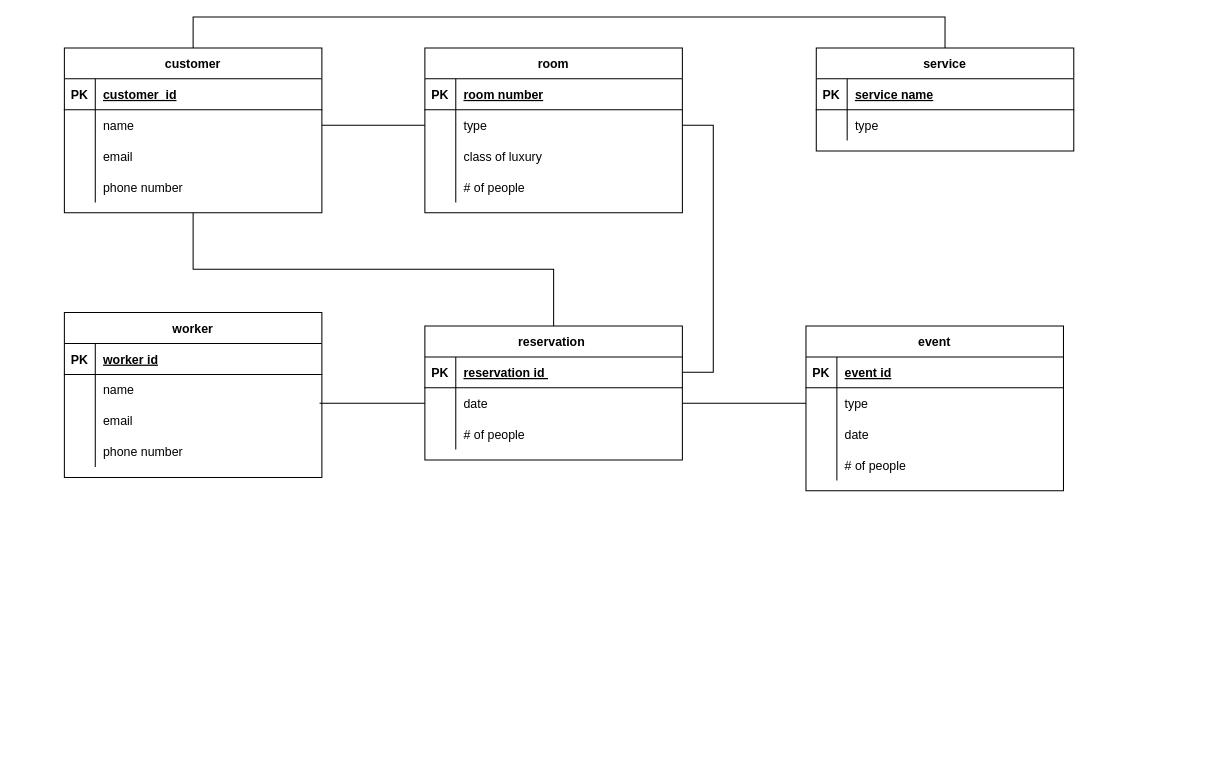
Earlier version of the draw.io diagram ids_er.drawio (pomjak/ids). Source tidied: cells renumbered, new cells numbered last; positions are measured from the earlier drawing's top-left corner, leaving out a move shared by most shapes. Both pictures are drawn from the tidied source at 103%, with x=0, y=0 at pixel (64, 16).
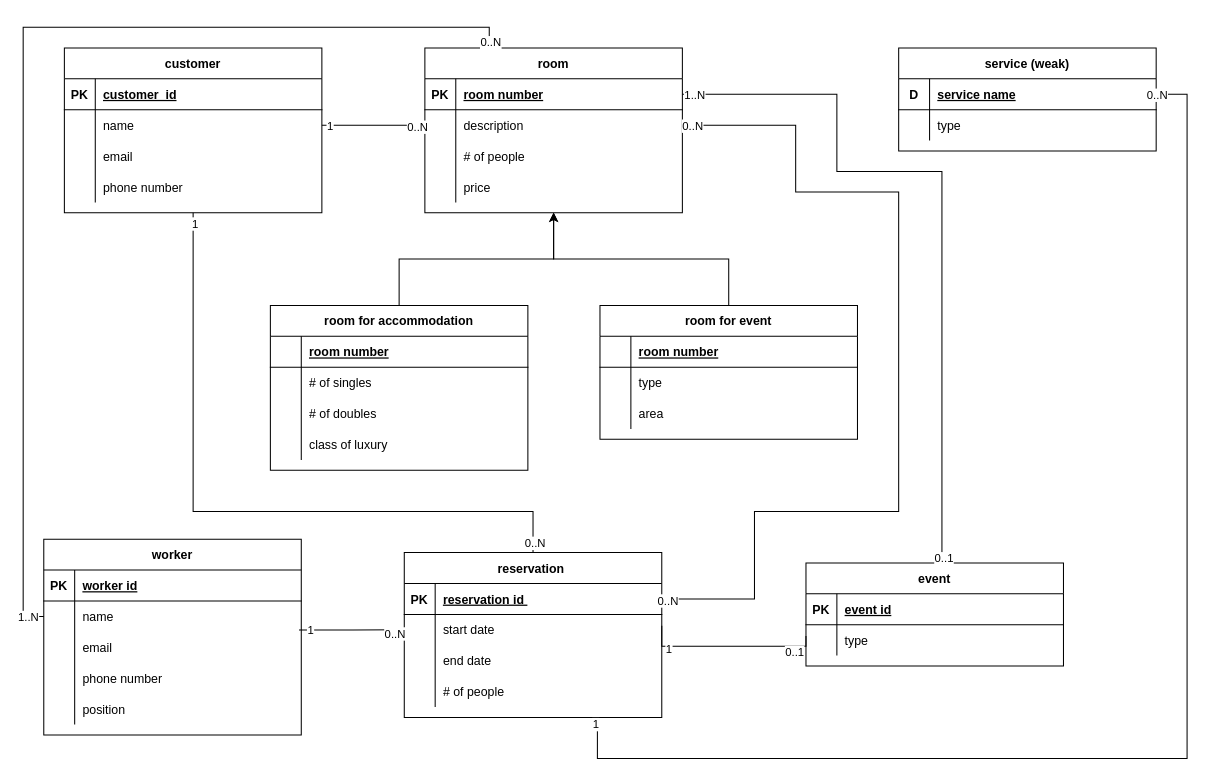
The same diagram, later.

The change refers to these unchanged cells:
```xml
<mxCell id="4" style="shape=partialRectangle;fillColor=none;points=[[0,0.5],[1,0.5]];portConstraint=eastwest;top=0;left=0;right=0;bottom=1;" parent="3" vertex="1">
  <mxGeometry y="30" width="250" height="30" as="geometry" />
</mxCell>
<mxCell id="7" style="shape=partialRectangle;fillColor=none;points=[[0,0.5],[1,0.5]];portConstraint=eastwest;top=0;left=0;right=0;bottom=0;" parent="3" vertex="1">
  <mxGeometry y="60" width="250" height="30" as="geometry" />
</mxCell>
<mxCell id="10" style="shape=partialRectangle;fillColor=none;top=0;left=0;right=0;bottom=0;" parent="3" vertex="1">
  <mxGeometry y="90" width="250" height="30" as="geometry" />
</mxCell>
<mxCell id="13" value="room" style="shape=table;startSize=30;childLayout=tableLayout;rowLines=0;fontStyle=1;align=center;" parent="1" vertex="1">
  <mxGeometry x="350" y="30" width="250" height="160" as="geometry" />
</mxCell>
<mxCell id="14" style="shape=partialRectangle;fillColor=none;points=[[0,0.5],[1,0.5]];portConstraint=eastwest;top=0;left=0;right=0;bottom=1;" parent="13" vertex="1">
  <mxGeometry y="30" width="250" height="30" as="geometry" />
</mxCell>
<mxCell id="28" value="customer" style="shape=table;startSize=30;childLayout=tableLayout;rowLines=0;fontStyle=1;align=center;" parent="1" vertex="1">
  <mxGeometry y="30" width="250" height="160" as="geometry" />
</mxCell>
<mxCell id="32" style="shape=partialRectangle;fillColor=none;points=[[0,0.5],[1,0.5]];portConstraint=eastwest;top=0;left=0;right=0;bottom=0;" parent="28" vertex="1">
  <mxGeometry y="60" width="250" height="30" as="geometry" />
</mxCell>
<mxCell id="45" style="shape=partialRectangle;fillColor=none;points=[[0,0.5],[1,0.5]];portConstraint=eastwest;top=0;left=0;right=0;bottom=0;" parent="41" vertex="1">
  <mxGeometry y="60" width="250" height="30" as="geometry" />
</mxCell>
<mxCell id="58" style="shape=partialRectangle;fillColor=none;points=[[0,0.5],[1,0.5]];portConstraint=eastwest;top=0;left=0;right=0;bottom=0;" parent="54" vertex="1">
  <mxGeometry y="60" width="250" height="30" as="geometry" />
</mxCell>
<mxCell id="68" style="edgeStyle=orthogonalEdgeStyle;rounded=0;jettySize=auto;html=1;exitX=0.991;exitY=-0.063;exitDx=0;exitDy=0;entryX=0;entryY=0.5;entryDx=0;entryDy=0;endArrow=none;endFill=0;exitPerimeter=0;" parent="1" edge="1" source="48" target="7">
  <mxGeometry relative="1" as="geometry" />
</mxCell>
<mxCell id="70" style="shape=partialRectangle;fillColor=none;points=[[0,0.5],[1,0.5]];portConstraint=eastwest;top=0;left=0;right=0;bottom=1;" parent="69" vertex="1">
  <mxGeometry y="30" width="250" height="30" as="geometry" />
</mxCell>
```

The edit, as a diff of the source:
```diff
@@
-    <mxCell id="2" style="edgeStyle=entityRelationEdgeStyle;endArrow=none;startArrow=none;endFill=0;startFill=0;rounded=0;" parent="1" edge="1" source="4" target="17">
-      <mxGeometry relative="1" as="geometry" />
-    </mxCell>
     <mxCell id="3" value="reservation " style="shape=table;startSize=30;childLayout=tableLayout;rowLines=0;fontStyle=1;align=center;" parent="1" vertex="1">
-      <mxGeometry x="350" y="300" width="250" height="130" as="geometry" />
+      <mxGeometry x="330" y="520" width="250" height="160" as="geometry" />
     </mxCell>
@@
-    <mxCell id="9" value="date" style="shape=partialRectangle;overflow=hidden;fillColor=none;top=0;left=0;bottom=0;right=0;align=left;spacingLeft=6;" parent="7" vertex="1">
+    <mxCell id="9" value="start date" style="shape=partialRectangle;overflow=hidden;fillColor=none;top=0;left=0;bottom=0;right=0;align=left;spacingLeft=6;" parent="7" vertex="1">
       <mxGeometry x="30" width="220" height="30" as="geometry" />
     </mxCell>
@@
-    <mxCell id="12" value="# of people" style="shape=partialRectangle;overflow=hidden;fillColor=none;top=0;left=0;bottom=0;right=0;align=left;spacingLeft=6;" parent="10" vertex="1">
+    <mxCell id="12" value="end date" style="shape=partialRectangle;overflow=hidden;fillColor=none;top=0;left=0;bottom=0;right=0;align=left;spacingLeft=6;" parent="10" vertex="1">
       <mxGeometry x="30" width="220" height="30" as="geometry" />
     </mxCell>
+    <mxCell id="77" style="shape=partialRectangle;fillColor=none;top=0;left=0;right=0;bottom=0;" parent="3" vertex="1">
+      <mxGeometry y="120" width="250" height="30" as="geometry" />
+    </mxCell>
+    <mxCell id="78" style="shape=partialRectangle;overflow=hidden;fillColor=none;top=0;left=0;bottom=0;right=0;" parent="77" vertex="1">
+      <mxGeometry width="30" height="30" as="geometry" />
+    </mxCell>
+    <mxCell id="66" value="# of people" style="shape=partialRectangle;overflow=hidden;fillColor=none;top=0;left=0;bottom=0;right=0;align=left;spacingLeft=6;" parent="77" vertex="1">
+      <mxGeometry x="30" width="220" height="30" as="geometry" />
+    </mxCell>
@@
-    <mxCell id="17" style="shape=partialRectangle;fillColor=none;points=[[0,0.5],[1,0.5]];portConstraint=eastwest;top=0;left=0;right=0;bottom=0;" parent="13" vertex="1">
-      <mxGeometry y="60" width="250" height="30" as="geometry" />
-    </mxCell>
-    <mxCell id="18" style="shape=partialRectangle;overflow=hidden;fillColor=none;top=0;left=0;bottom=0;right=0;" parent="17" vertex="1">
-      <mxGeometry width="30" height="30" as="geometry" />
-    </mxCell>
-    <mxCell id="19" value="type" style="shape=partialRectangle;overflow=hidden;fillColor=none;top=0;left=0;bottom=0;right=0;align=left;spacingLeft=6;" parent="17" vertex="1">
-      <mxGeometry x="30" width="220" height="30" as="geometry" />
-    </mxCell>
     <mxCell id="20" style="shape=partialRectangle;fillColor=none;points=[[0,0.5],[1,0.5]];portConstraint=eastwest;top=0;left=0;right=0;bottom=0;" parent="13" vertex="1">
-      <mxGeometry y="90" width="250" height="30" as="geometry" />
+      <mxGeometry y="60" width="250" height="30" as="geometry" />
     </mxCell>
@@
-    <mxCell id="22" value="class of luxury" style="shape=partialRectangle;overflow=hidden;fillColor=none;top=0;left=0;bottom=0;right=0;align=left;spacingLeft=6;" parent="20" vertex="1">
+    <mxCell id="22" value="description" style="shape=partialRectangle;overflow=hidden;fillColor=none;top=0;left=0;bottom=0;right=0;align=left;spacingLeft=6;" parent="20" vertex="1">
       <mxGeometry x="30" width="220" height="30" as="geometry" />
     </mxCell>
     <mxCell id="23" style="shape=partialRectangle;fillColor=none;top=0;left=0;right=0;bottom=0;" parent="13" vertex="1">
-      <mxGeometry y="120" width="250" height="30" as="geometry" />
+      <mxGeometry y="90" width="250" height="30" as="geometry" />
     </mxCell>
@@
+    <mxCell id="79" style="shape=partialRectangle;fillColor=none;top=0;left=0;right=0;bottom=0;" parent="13" vertex="1">
+      <mxGeometry y="120" width="250" height="30" as="geometry" />
+    </mxCell>
+    <mxCell id="80" style="shape=partialRectangle;overflow=hidden;fillColor=none;top=0;left=0;bottom=0;right=0;" parent="79" vertex="1">
+      <mxGeometry width="30" height="30" as="geometry" />
+    </mxCell>
+    <mxCell id="81" value="price" style="shape=partialRectangle;overflow=hidden;fillColor=none;top=0;left=0;bottom=0;right=0;align=left;spacingLeft=6;" parent="79" vertex="1">
+      <mxGeometry x="30" width="220" height="30" as="geometry" />
+    </mxCell>
     <mxCell id="26" style="edgeStyle=orthogonalEdgeStyle;rounded=0;jettySize=auto;html=1;exitX=0.5;exitY=1;exitDx=0;exitDy=0;entryX=0.5;entryY=0;entryDx=0;entryDy=0;endArrow=none;endFill=0;" parent="1" edge="1" source="28" target="3">
-      <mxGeometry relative="1" as="geometry" />
+      <mxGeometry relative="1" as="geometry">
+        <Array as="points">
+          <mxPoint x="125" y="480" />
+          <mxPoint x="455" y="480" />
+        </Array>
+      </mxGeometry>
     </mxCell>
-    <mxCell id="27" style="edgeStyle=orthogonalEdgeStyle;rounded=0;jettySize=auto;html=1;exitX=0.5;exitY=0;exitDx=0;exitDy=0;entryX=0.5;entryY=0;entryDx=0;entryDy=0;endArrow=none;endFill=0;" parent="1" edge="1" source="28" target="69">
-      <mxGeometry relative="1" as="geometry">
-        <Array as="points">
-          <mxPoint x="125" />
-          <mxPoint x="855" />
-        </Array>
-      </mxGeometry>
-    </mxCell>
+    <mxCell id="82" value="0..N" style="edgeLabel;html=1;align=center;verticalAlign=middle;" parent="26" vertex="1">
+      <mxGeometry x="0.97" y="1" relative="1" as="geometry" />
+    </mxCell>
+    <mxCell id="83" value="1" style="edgeLabel;html=1;align=center;verticalAlign=middle;" parent="26" vertex="1">
+      <mxGeometry x="-0.97" y="1" relative="1" as="geometry" />
+    </mxCell>
@@
     <mxCell id="41" value="worker" style="shape=table;startSize=30;childLayout=tableLayout;rowLines=0;fontStyle=1;align=center;" parent="1" vertex="1">
-      <mxGeometry y="287" width="250" height="160" as="geometry" />
+      <mxGeometry x="-20" y="507" width="250" height="190" as="geometry" />
     </mxCell>
@@
+    <mxCell id="84" style="shape=partialRectangle;fillColor=none;top=0;left=0;right=0;bottom=0;" parent="41" vertex="1">
+      <mxGeometry y="150" width="250" height="30" as="geometry" />
+    </mxCell>
+    <mxCell id="85" style="shape=partialRectangle;overflow=hidden;fillColor=none;top=0;left=0;bottom=0;right=0;" parent="84" vertex="1">
+      <mxGeometry width="30" height="30" as="geometry" />
+    </mxCell>
+    <mxCell id="86" value="position" style="shape=partialRectangle;overflow=hidden;fillColor=none;top=0;left=0;bottom=0;right=0;align=left;spacingLeft=6;" parent="84" vertex="1">
+      <mxGeometry x="30" width="220" height="30" as="geometry" />
+    </mxCell>
     <mxCell id="54" value="event" style="shape=table;startSize=30;childLayout=tableLayout;rowLines=0;fontStyle=1;align=center;" parent="1" vertex="1">
-      <mxGeometry x="720" y="300" width="250" height="160" as="geometry" />
+      <mxGeometry x="720" y="530" width="250" height="100" as="geometry" />
     </mxCell>
@@
-    <mxCell id="61" style="shape=partialRectangle;fillColor=none;top=0;left=0;right=0;bottom=0;" parent="54" vertex="1">
-      <mxGeometry y="90" width="250" height="30" as="geometry" />
-    </mxCell>
-    <mxCell id="62" style="shape=partialRectangle;overflow=hidden;fillColor=none;top=0;left=0;bottom=0;right=0;" parent="61" vertex="1">
-      <mxGeometry width="30" height="30" as="geometry" />
-    </mxCell>
-    <mxCell id="63" value="date" style="shape=partialRectangle;overflow=hidden;fillColor=none;top=0;left=0;bottom=0;right=0;align=left;spacingLeft=6;" parent="61" vertex="1">
-      <mxGeometry x="30" width="220" height="30" as="geometry" />
-    </mxCell>
-    <mxCell id="64" style="shape=partialRectangle;fillColor=none;top=0;left=0;right=0;bottom=0;" parent="54" vertex="1">
-      <mxGeometry y="120" width="250" height="30" as="geometry" />
-    </mxCell>
-    <mxCell id="65" style="shape=partialRectangle;overflow=hidden;fillColor=none;top=0;left=0;bottom=0;right=0;" parent="64" vertex="1">
-      <mxGeometry width="30" height="30" as="geometry" />
-    </mxCell>
-    <mxCell id="66" value="# of people " style="shape=partialRectangle;overflow=hidden;fillColor=none;top=0;left=0;bottom=0;right=0;align=left;spacingLeft=6;" parent="64" vertex="1">
-      <mxGeometry x="30" width="220" height="30" as="geometry" />
-    </mxCell>
-    <mxCell id="67" style="edgeStyle=orthogonalEdgeStyle;rounded=0;jettySize=auto;html=1;exitX=1;exitY=0.5;exitDx=0;exitDy=0;entryX=0;entryY=0.5;entryDx=0;entryDy=0;endArrow=none;endFill=0;" parent="1" edge="1" source="32" target="17">
-      <mxGeometry relative="1" as="geometry" />
+    <mxCell id="67" style="edgeStyle=orthogonalEdgeStyle;rounded=0;jettySize=auto;html=1;exitX=1;exitY=0.5;exitDx=0;exitDy=0;entryX=0;entryY=0.5;entryDx=0;entryDy=0;endArrow=none;endFill=0;" parent="1" edge="1" source="32">
+      <mxGeometry relative="1" as="geometry">
+        <mxPoint x="350" y="105" as="targetPoint" />
+      </mxGeometry>
     </mxCell>
+    <mxCell id="87" value="1" style="edgeLabel;html=1;align=center;verticalAlign=middle;" parent="67" vertex="1">
+      <mxGeometry x="-0.87" relative="1" as="geometry" />
+    </mxCell>
+    <mxCell id="88" value="0..N" style="edgeLabel;html=1;align=center;verticalAlign=middle;" parent="67" vertex="1">
+      <mxGeometry x="0.86" y="-1" relative="1" as="geometry" />
+    </mxCell>
@@
+    <mxCell id="89" value="1" style="edgeLabel;html=1;align=center;verticalAlign=middle;" parent="68" vertex="1">
+      <mxGeometry x="-0.78" relative="1" as="geometry" />
+    </mxCell>
+    <mxCell id="90" value="0..N" style="edgeLabel;html=1;align=center;verticalAlign=middle;" parent="68" vertex="1">
+      <mxGeometry x="0.83" y="-3" relative="1" as="geometry">
+        <mxPoint x="-1" as="offset" />
+      </mxGeometry>
+    </mxCell>
-    <mxCell id="69" value="service" style="shape=table;startSize=30;childLayout=tableLayout;rowLines=0;fontStyle=1;align=center;" parent="1" vertex="1">
-      <mxGeometry x="730" y="30" width="250" height="100" as="geometry" />
+    <mxCell id="69" value="service (weak)" style="shape=table;startSize=30;childLayout=tableLayout;rowLines=0;fontStyle=1;align=center;" parent="1" vertex="1">
+      <mxGeometry x="810" y="30" width="250" height="100" as="geometry" />
     </mxCell>
@@
-    <mxCell id="71" value="PK" style="shape=partialRectangle;overflow=hidden;fillColor=none;top=0;left=0;bottom=0;right=0;fontStyle=1;" parent="70" vertex="1">
+    <mxCell id="71" value="D" style="shape=partialRectangle;overflow=hidden;fillColor=none;top=0;left=0;bottom=0;right=0;fontStyle=1;" parent="70" vertex="1">
       <mxGeometry width="30" height="30" as="geometry" />
     </mxCell>
@@
-    <mxCell id="76" style="edgeStyle=orthogonalEdgeStyle;rounded=0;jettySize=auto;html=1;exitX=0;exitY=0.5;exitDx=0;exitDy=0;entryX=1;entryY=0.5;entryDx=0;entryDy=0;endArrow=none;endFill=0;" parent="1" edge="1" source="58" target="7">
-      <mxGeometry relative="1" as="geometry" />
+    <mxCell id="76" style="edgeStyle=orthogonalEdgeStyle;rounded=0;orthogonalLoop=1;jettySize=auto;html=1;exitX=0;exitY=0.5;exitDx=0;exitDy=0;entryX=1;entryY=0.5;entryDx=0;entryDy=0;endArrow=none;endFill=0;" parent="1" edge="1">
+      <mxGeometry relative="1" as="geometry">
+        <mxPoint x="720" y="601" as="sourcePoint" />
+        <mxPoint x="580" y="591" as="targetPoint" />
+        <Array as="points">
+          <mxPoint x="720" y="611" />
+          <mxPoint x="580" y="611" />
+        </Array>
+      </mxGeometry>
     </mxCell>
+    <mxCell id="91" value="0..1" style="edgeLabel;html=1;align=center;verticalAlign=middle;" parent="76" vertex="1">
+      <mxGeometry x="-0.74" y="5" relative="1" as="geometry" />
+    </mxCell>
+    <mxCell id="92" value="1" style="edgeLabel;html=1;align=center;verticalAlign=middle;" parent="76" vertex="1">
+      <mxGeometry x="0.69" y="2" relative="1" as="geometry" />
+    </mxCell>
+    <mxCell id="93" style="edgeStyle=orthogonalEdgeStyle;rounded=0;jettySize=auto;html=1;exitX=1;exitY=0.5;exitDx=0;exitDy=0;entryX=0.75;entryY=1;entryDx=0;entryDy=0;endArrow=none;endFill=0;" parent="1" edge="1" source="70" target="3">
+      <mxGeometry relative="1" as="geometry">
+        <Array as="points">
+          <mxPoint x="1090" y="75" />
+          <mxPoint x="1090" y="720" />
+          <mxPoint x="518" y="720" />
+        </Array>
+      </mxGeometry>
+    </mxCell>
+    <mxCell id="94" value="0..N" style="edgeLabel;html=1;align=center;verticalAlign=middle;" parent="93" vertex="1">
+      <mxGeometry x="-1" relative="1" as="geometry" />
+    </mxCell>
+    <mxCell id="95" value="1" style="edgeLabel;html=1;align=center;verticalAlign=middle;" parent="93" vertex="1">
+      <mxGeometry x="0.99" y="2" relative="1" as="geometry" />
+    </mxCell>
+    <mxCell id="96" style="edgeStyle=orthogonalEdgeStyle;rounded=0;jettySize=auto;html=1;exitX=0.5;exitY=0;exitDx=0;exitDy=0;entryX=0.5;entryY=1;entryDx=0;entryDy=0;" parent="1" edge="1" source="97" target="13">
+      <mxGeometry relative="1" as="geometry" />
+    </mxCell>
+    <mxCell id="97" value="room for accommodation" style="shape=table;startSize=30;childLayout=tableLayout;rowLines=0;fontStyle=1;align=center;" parent="1" vertex="1">
+      <mxGeometry x="200" y="280" width="250" height="160" as="geometry" />
+    </mxCell>
+    <mxCell id="98" style="shape=partialRectangle;fillColor=none;top=0;left=0;right=0;bottom=1;" parent="97" vertex="1">
+      <mxGeometry y="30" width="250" height="30" as="geometry" />
+    </mxCell>
+    <mxCell id="99" style="shape=partialRectangle;overflow=hidden;fillColor=none;top=0;left=0;bottom=0;right=0;fontStyle=1;" parent="98" vertex="1">
+      <mxGeometry width="30" height="30" as="geometry" />
+    </mxCell>
+    <mxCell id="100" value="room number" style="shape=partialRectangle;overflow=hidden;fillColor=none;top=0;left=0;bottom=0;right=0;align=left;spacingLeft=6;fontStyle=5;" parent="98" vertex="1">
+      <mxGeometry x="30" width="220" height="30" as="geometry" />
+    </mxCell>
+    <mxCell id="101" style="shape=partialRectangle;fillColor=none;top=0;left=0;right=0;bottom=0;" parent="97" vertex="1">
+      <mxGeometry y="60" width="250" height="30" as="geometry" />
+    </mxCell>
+    <mxCell id="102" style="shape=partialRectangle;overflow=hidden;fillColor=none;top=0;left=0;bottom=0;right=0;" parent="101" vertex="1">
+      <mxGeometry width="30" height="30" as="geometry" />
+    </mxCell>
+    <mxCell id="103" value="# of singles " style="shape=partialRectangle;overflow=hidden;fillColor=none;top=0;left=0;bottom=0;right=0;align=left;spacingLeft=6;" parent="101" vertex="1">
+      <mxGeometry x="30" width="220" height="30" as="geometry" />
+    </mxCell>
+    <mxCell id="104" style="shape=partialRectangle;fillColor=none;top=0;left=0;right=0;bottom=0;" parent="97" vertex="1">
+      <mxGeometry y="90" width="250" height="30" as="geometry" />
+    </mxCell>
+    <mxCell id="105" style="shape=partialRectangle;overflow=hidden;fillColor=none;top=0;left=0;bottom=0;right=0;" parent="104" vertex="1">
+      <mxGeometry width="30" height="30" as="geometry" />
+    </mxCell>
+    <mxCell id="106" value="# of doubles" style="shape=partialRectangle;overflow=hidden;fillColor=none;top=0;left=0;bottom=0;right=0;align=left;spacingLeft=6;" parent="104" vertex="1">
+      <mxGeometry x="30" width="220" height="30" as="geometry" />
+    </mxCell>
+    <mxCell id="107" style="shape=partialRectangle;fillColor=none;top=0;left=0;right=0;bottom=0;" parent="97" vertex="1">
+      <mxGeometry y="120" width="250" height="30" as="geometry" />
+    </mxCell>
+    <mxCell id="108" style="shape=partialRectangle;overflow=hidden;fillColor=none;top=0;left=0;bottom=0;right=0;" parent="107" vertex="1">
+      <mxGeometry width="30" height="30" as="geometry" />
+    </mxCell>
+    <mxCell id="109" value="class of luxury" style="shape=partialRectangle;overflow=hidden;fillColor=none;top=0;left=0;bottom=0;right=0;align=left;spacingLeft=6;" parent="107" vertex="1">
+      <mxGeometry x="30" width="220" height="30" as="geometry" />
+    </mxCell>
+    <mxCell id="110" style="edgeStyle=orthogonalEdgeStyle;rounded=0;jettySize=auto;html=1;exitX=0.5;exitY=0;exitDx=0;exitDy=0;entryX=0.5;entryY=1;entryDx=0;entryDy=0;" parent="1" edge="1" source="111" target="13">
+      <mxGeometry relative="1" as="geometry" />
+    </mxCell>
+    <mxCell id="111" value="room for event" style="shape=table;startSize=30;childLayout=tableLayout;rowLines=0;fontStyle=1;align=center;" parent="1" vertex="1">
+      <mxGeometry x="520" y="280" width="250" height="130" as="geometry" />
+    </mxCell>
+    <mxCell id="112" style="shape=partialRectangle;fillColor=none;top=0;left=0;right=0;bottom=1;" parent="111" vertex="1">
+      <mxGeometry y="30" width="250" height="30" as="geometry" />
+    </mxCell>
+    <mxCell id="113" style="shape=partialRectangle;overflow=hidden;fillColor=none;top=0;left=0;bottom=0;right=0;fontStyle=1;" parent="112" vertex="1">
+      <mxGeometry width="30" height="30" as="geometry" />
+    </mxCell>
+    <mxCell id="114" value="room number" style="shape=partialRectangle;overflow=hidden;fillColor=none;top=0;left=0;bottom=0;right=0;align=left;spacingLeft=6;fontStyle=5;" parent="112" vertex="1">
+      <mxGeometry x="30" width="220" height="30" as="geometry" />
+    </mxCell>
+    <mxCell id="115" style="shape=partialRectangle;fillColor=none;top=0;left=0;right=0;bottom=0;" parent="111" vertex="1">
+      <mxGeometry y="60" width="250" height="30" as="geometry" />
+    </mxCell>
+    <mxCell id="116" style="shape=partialRectangle;overflow=hidden;fillColor=none;top=0;left=0;bottom=0;right=0;" parent="115" vertex="1">
+      <mxGeometry width="30" height="30" as="geometry" />
+    </mxCell>
+    <mxCell id="19" value="type" style="shape=partialRectangle;overflow=hidden;fillColor=none;top=0;left=0;bottom=0;right=0;align=left;spacingLeft=6;" parent="115" vertex="1">
+      <mxGeometry x="30" width="220" height="30" as="geometry" />
+    </mxCell>
+    <mxCell id="117" style="shape=partialRectangle;fillColor=none;top=0;left=0;right=0;bottom=0;" parent="111" vertex="1">
+      <mxGeometry y="90" width="250" height="30" as="geometry" />
+    </mxCell>
+    <mxCell id="118" style="shape=partialRectangle;overflow=hidden;fillColor=none;top=0;left=0;bottom=0;right=0;" parent="117" vertex="1">
+      <mxGeometry width="30" height="30" as="geometry" />
+    </mxCell>
+    <mxCell id="119" value="area" style="shape=partialRectangle;overflow=hidden;fillColor=none;top=0;left=0;bottom=0;right=0;align=left;spacingLeft=6;" parent="117" vertex="1">
+      <mxGeometry x="30" width="220" height="30" as="geometry" />
+    </mxCell>
+    <mxCell id="120" style="edgeStyle=orthogonalEdgeStyle;rounded=0;jettySize=auto;html=1;exitX=1;exitY=0.5;exitDx=0;exitDy=0;entryX=1;entryY=0.5;entryDx=0;entryDy=0;endArrow=none;endFill=0;" parent="1" edge="1" source="4" target="20">
+      <mxGeometry relative="1" as="geometry">
+        <Array as="points">
+          <mxPoint x="670" y="565" />
+          <mxPoint x="670" y="480" />
+          <mxPoint x="810" y="480" />
+          <mxPoint x="810" y="170" />
+          <mxPoint x="710" y="170" />
+          <mxPoint x="710" y="105" />
+        </Array>
+      </mxGeometry>
+    </mxCell>
+    <mxCell id="121" value="0..N" style="edgeLabel;html=1;align=center;verticalAlign=middle;" parent="120" vertex="1">
+      <mxGeometry x="-0.99" y="-1" relative="1" as="geometry" />
+    </mxCell>
+    <mxCell id="122" value="0..N" style="edgeLabel;html=1;align=center;verticalAlign=middle;" parent="120" vertex="1">
+      <mxGeometry x="0.98" relative="1" as="geometry" />
+    </mxCell>
+    <mxCell id="123" style="edgeStyle=orthogonalEdgeStyle;rounded=0;jettySize=auto;html=1;exitX=1;exitY=0.5;exitDx=0;exitDy=0;entryX=0.528;entryY=-0.012;entryDx=0;entryDy=0;entryPerimeter=0;endArrow=none;endFill=0;" parent="1" edge="1" source="14" target="54">
+      <mxGeometry relative="1" as="geometry">
+        <Array as="points">
+          <mxPoint x="750" y="75" />
+          <mxPoint x="750" y="150" />
+          <mxPoint x="852" y="150" />
+        </Array>
+      </mxGeometry>
+    </mxCell>
+    <mxCell id="124" value="1..N" style="edgeLabel;html=1;align=center;verticalAlign=middle;" parent="123" vertex="1">
+      <mxGeometry x="-0.97" relative="1" as="geometry" />
+    </mxCell>
+    <mxCell id="125" value="0..1" style="edgeLabel;html=1;align=center;verticalAlign=middle;" parent="123" vertex="1">
+      <mxGeometry x="0.99" y="1" relative="1" as="geometry" />
+    </mxCell>
+    <mxCell id="126" style="edgeStyle=orthogonalEdgeStyle;rounded=0;jettySize=auto;html=1;exitX=0;exitY=0.5;exitDx=0;exitDy=0;entryX=0.25;entryY=0;entryDx=0;entryDy=0;endArrow=none;endFill=0;" parent="1" edge="1" source="45" target="13">
+      <mxGeometry relative="1" as="geometry" />
+    </mxCell>
+    <mxCell id="127" value="0..N" style="edgeLabel;html=1;align=center;verticalAlign=middle;" parent="126" vertex="1">
+      <mxGeometry x="0.99" y="1" relative="1" as="geometry" />
+    </mxCell>
+    <mxCell id="128" value="1..N" style="edgeLabel;html=1;align=center;verticalAlign=middle;" parent="126" vertex="1">
+      <mxGeometry x="-0.97" relative="1" as="geometry" />
+    </mxCell>
```
